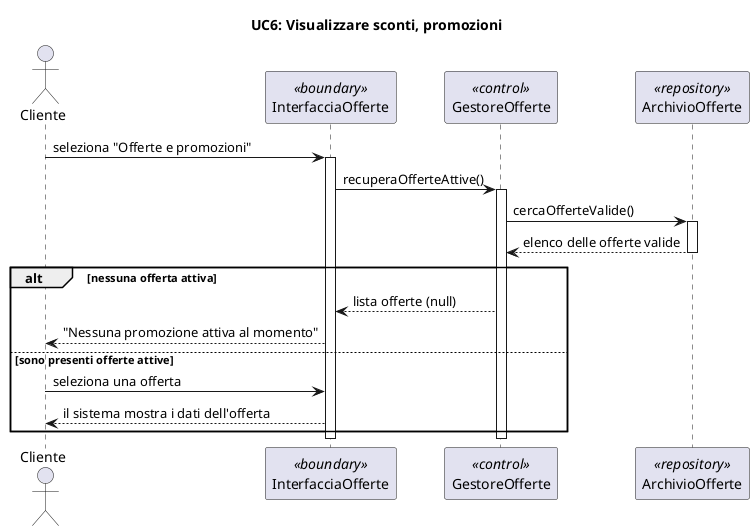
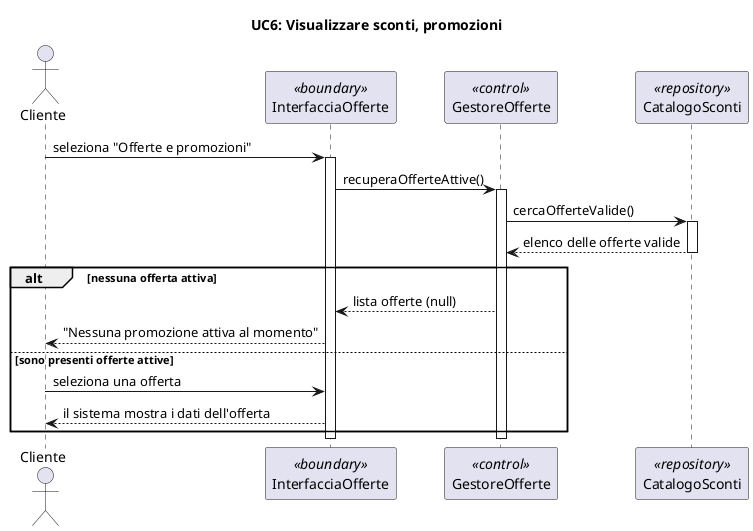
- @startuml
+  @startuml

title UC6: Visualizzare sconti, promozioni

actor Cliente
participant "InterfacciaOfferte" as Boundary <<boundary>>
participant "GestoreOfferte" as Control <<control>>
- participant "ArchivioOfferte" as Repo <<repository>>
+ participant "CatalogoSconti" as Repo <<repository>>

Cliente -> Boundary : seleziona "Offerte e promozioni"
activate Boundary

Boundary -> Control : recuperaOfferteAttive()
activate Control

Control -> Repo : cercaOfferteValide()
activate Repo
Repo --> Control : elenco delle offerte valide
deactivate Repo


alt nessuna offerta attiva

    Control --> Boundary : lista offerte (null)
    Boundary --> Cliente : "Nessuna promozione attiva al momento"
else sono presenti offerte attive
    Cliente -> Boundary : seleziona una offerta
    Boundary--> Cliente : il sistema mostra i dati dell'offerta
end

deactivate Control
deactivate Boundary

@enduml
